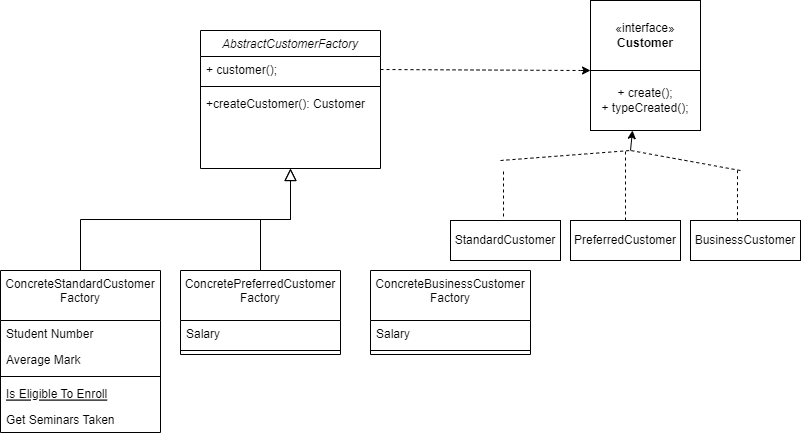
jimmyjazz31/CS665Assign3 keeps this draw.io diagram as Assign3Part3 Diagram.drawio.png. Above is the earlier version. Source tidied: cells renumbered, new cells last; positions are measured from the earlier drawing's top-left corner, leaving out a move shared by most shapes.
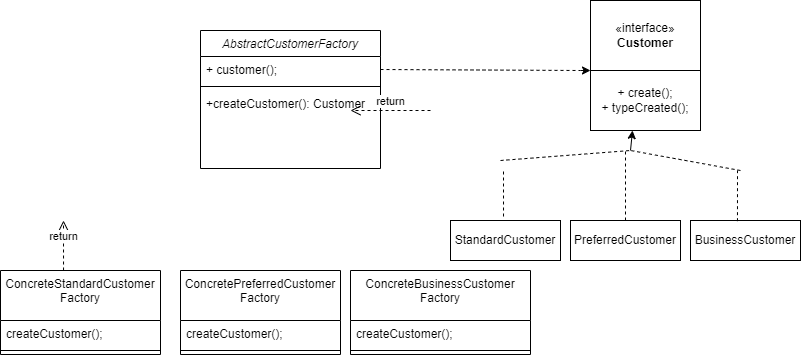
Later version of the same file.

The edit, as a diff of the source:
```diff
@@ -15,38 +15,23 @@
       <mxGeometry y="60" width="180" height="26" as="geometry" />
     </mxCell>
     <mxCell id="6" value="ConcreteStandardCustomer&#10;Factory" style="swimlane;fontStyle=0;align=center;verticalAlign=top;horizontal=1;startSize=50;rounded=0;shadow=0;strokeWidth=1;" parent="1" vertex="1">
-      <mxGeometry y="270" width="160" height="162" as="geometry" />
+      <mxGeometry y="270" width="160" height="84" as="geometry" />
     </mxCell>
-    <mxCell id="7" value="Student Number" style="text;align=left;verticalAlign=top;spacingLeft=4;spacingRight=4;overflow=hidden;" parent="6" vertex="1">
+    <mxCell id="7" value="createCustomer();" style="text;align=left;verticalAlign=top;spacingLeft=4;spacingRight=4;overflow=hidden;" parent="6" vertex="1">
       <mxGeometry y="50" width="160" height="26" as="geometry" />
     </mxCell>
-    <mxCell id="8" value="Average Mark" style="text;align=left;verticalAlign=top;spacingLeft=4;spacingRight=4;overflow=hidden;rounded=0;shadow=0;html=0;" parent="6" vertex="1">
-      <mxGeometry y="76" width="160" height="26" as="geometry" />
-    </mxCell>
     <mxCell id="9" style="line;html=1;strokeWidth=1;align=left;verticalAlign=middle;spacingTop=-1;spacingLeft=3;spacingRight=3;labelPosition=right;" parent="6" vertex="1">
-      <mxGeometry y="102" width="160" height="8" as="geometry" />
+      <mxGeometry y="76" width="160" height="8" as="geometry" />
     </mxCell>
-    <mxCell id="10" value="Is Eligible To Enroll" style="text;align=left;verticalAlign=top;spacingLeft=4;spacingRight=4;overflow=hidden;fontStyle=4;" parent="6" vertex="1">
-      <mxGeometry y="110" width="160" height="26" as="geometry" />
-    </mxCell>
-    <mxCell id="11" value="Get Seminars Taken" style="text;align=left;verticalAlign=top;spacingLeft=4;spacingRight=4;overflow=hidden;" parent="6" vertex="1">
-      <mxGeometry y="136" width="160" height="26" as="geometry" />
-    </mxCell>
-    <mxCell id="12" style="endArrow=block;endSize=10;endFill=0;shadow=0;strokeWidth=1;rounded=0;curved=0;edgeStyle=elbowEdgeStyle;elbow=vertical;" parent="1" edge="1" source="6" target="2">
-      <mxGeometry relative="1" as="geometry" />
-    </mxCell>
     <mxCell id="13" value="ConcretePreferredCustomer&#10;Factory" style="swimlane;fontStyle=0;align=center;verticalAlign=top;horizontal=1;startSize=50;rounded=0;shadow=0;strokeWidth=1;" parent="1" vertex="1">
       <mxGeometry x="180" y="270" width="160" height="84" as="geometry" />
     </mxCell>
-    <mxCell id="14" value="Salary" style="text;align=left;verticalAlign=top;spacingLeft=4;spacingRight=4;overflow=hidden;" parent="13" vertex="1">
+    <mxCell id="14" value="createCustomer();" style="text;align=left;verticalAlign=top;spacingLeft=4;spacingRight=4;overflow=hidden;" parent="13" vertex="1">
       <mxGeometry y="50" width="160" height="26" as="geometry" />
     </mxCell>
     <mxCell id="15" style="line;html=1;strokeWidth=1;align=left;verticalAlign=middle;spacingTop=-1;spacingLeft=3;spacingRight=3;labelPosition=right;" parent="13" vertex="1">
       <mxGeometry y="76" width="160" height="8" as="geometry" />
     </mxCell>
-    <mxCell id="16" style="endArrow=block;endSize=10;endFill=0;shadow=0;strokeWidth=1;rounded=0;curved=0;edgeStyle=elbowEdgeStyle;elbow=vertical;" parent="1" edge="1" source="13" target="2">
-      <mxGeometry relative="1" as="geometry" />
-    </mxCell>
     <mxCell id="17" value="«interface»&lt;br&gt;&lt;b&gt;Customer&lt;/b&gt;" style="html=1;whiteSpace=wrap;" parent="1" vertex="1">
       <mxGeometry x="590" width="110" height="70" as="geometry" />
     </mxCell>
@@ -105,13 +90,24 @@
       </mxGeometry>
     </mxCell>
     <mxCell id="30" value="ConcreteBusinessCustomer&#10;Factory" style="swimlane;fontStyle=0;align=center;verticalAlign=top;horizontal=1;startSize=50;rounded=0;shadow=0;strokeWidth=1;" parent="1" vertex="1">
-      <mxGeometry x="370" y="270" width="160" height="84" as="geometry" />
+      <mxGeometry x="350" y="270" width="180" height="84" as="geometry" />
     </mxCell>
-    <mxCell id="31" value="Salary" style="text;align=left;verticalAlign=top;spacingLeft=4;spacingRight=4;overflow=hidden;" parent="30" vertex="1">
-      <mxGeometry y="50" width="160" height="26" as="geometry" />
+    <mxCell id="31" value="createCustomer();" style="text;align=left;verticalAlign=top;spacingLeft=4;spacingRight=4;overflow=hidden;" parent="30" vertex="1">
+      <mxGeometry y="50" width="180" height="26" as="geometry" />
     </mxCell>
     <mxCell id="32" style="line;html=1;strokeWidth=1;align=left;verticalAlign=middle;spacingTop=-1;spacingLeft=3;spacingRight=3;labelPosition=right;" parent="30" vertex="1">
-      <mxGeometry y="76" width="160" height="8" as="geometry" />
+      <mxGeometry y="76" width="180" height="8" as="geometry" />
     </mxCell>
+    <mxCell id="33" value="return" style="html=1;verticalAlign=bottom;endArrow=open;dashed=1;endSize=8;curved=0;rounded=0;" parent="1" edge="1">
+      <mxGeometry relative="1" as="geometry">
+        <mxPoint x="430" y="110" as="sourcePoint" />
+        <mxPoint x="350" y="110" as="targetPoint" />
+      </mxGeometry>
+    </mxCell>
+    <mxCell id="34" value="return" style="html=1;verticalAlign=bottom;endArrow=open;dashed=1;endSize=8;curved=0;rounded=0;exitX=0.394;exitY=0;exitDx=0;exitDy=0;exitPerimeter=0;" parent="1" edge="1" source="6">
+      <mxGeometry relative="1" as="geometry">
+        <mxPoint x="63" y="220" as="targetPoint" />
+      </mxGeometry>
+    </mxCell>
   </root>
 </mxGraphModel>
```
